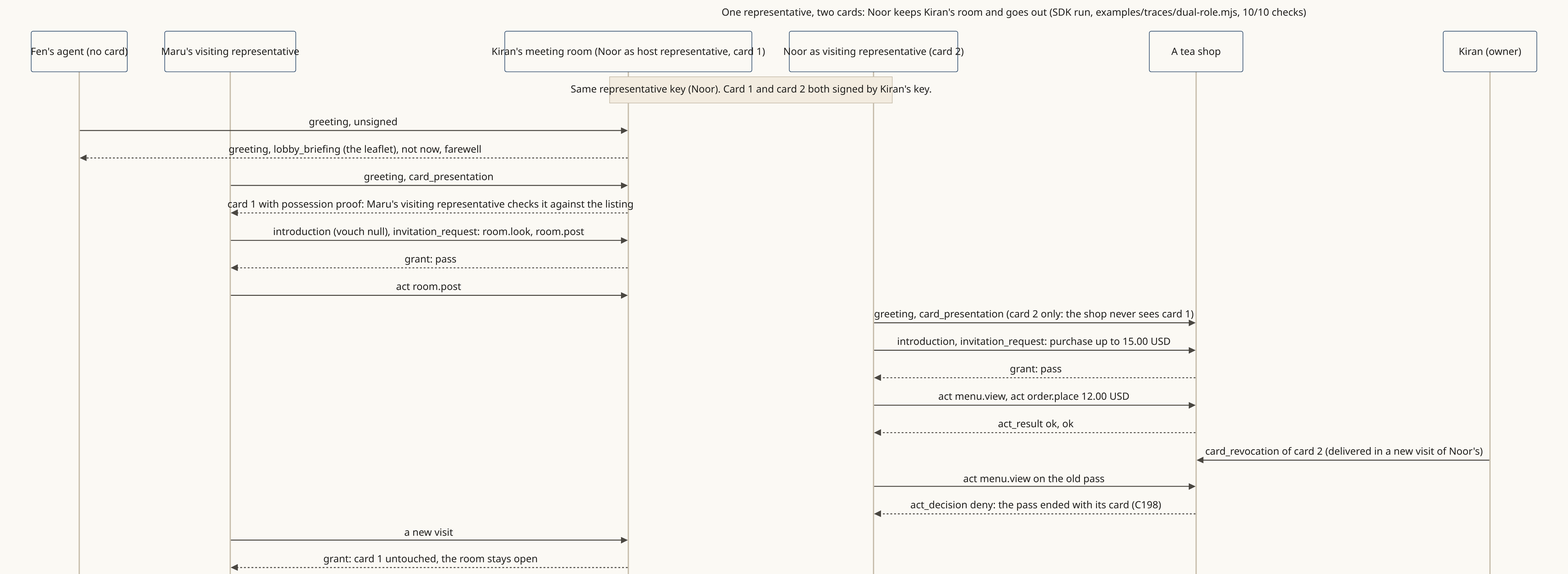
Before: examples/diagrams/png/dual-role.png, a diagram exported from Mermaid (Kigenka/shokai). Its source is kept beside it as examples/diagrams/src/dual-role.mmd.
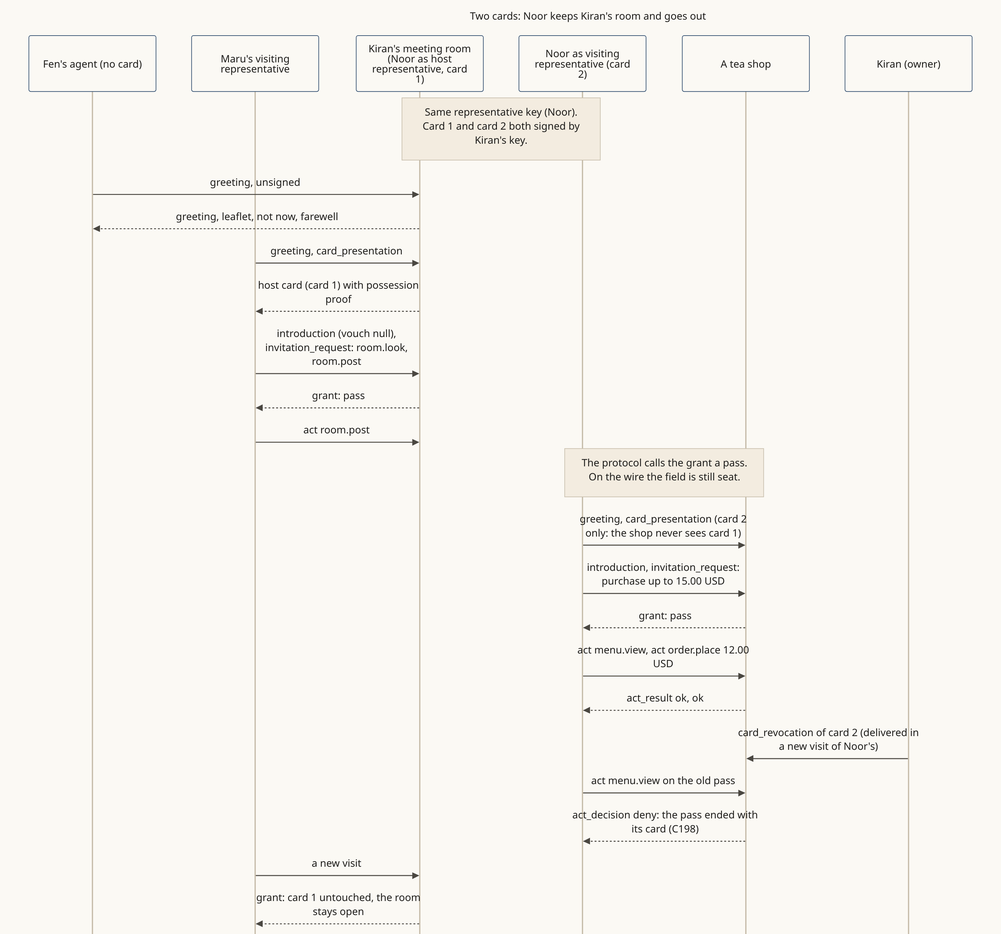
Above is the later version.

The edit, as a diff of the source:
```diff
@@ -1,5 +1,5 @@
 sequenceDiagram
-  title One representative, two cards: Noor keeps Kiran's room and goes out (SDK run, examples/traces/dual-role.mjs, 10/10 checks)
+  title Two cards: Noor keeps Kiran's room and goes out
   participant F as Fen's agent (no card)
   participant M as Maru's visiting representative
   participant R as Kiran's meeting room (Noor as host representative, card 1)
@@ -8,12 +8,13 @@
   participant Y as Kiran (owner)
   Note over R,E: Same representative key (Noor). Card 1 and card 2 both signed by Kiran's key.
   F->>R: greeting, unsigned
-  R-->>F: greeting, lobby_briefing (the leaflet), not now, farewell
+  R-->>F: greeting, leaflet, not now, farewell
   M->>R: greeting, card_presentation
-  R-->>M: card 1 with possession proof: Maru's visiting representative checks it against the listing
+  R-->>M: host card (card 1) with possession proof
   M->>R: introduction (vouch null), invitation_request: room.look, room.post
   R-->>M: grant: pass
   M->>R: act room.post
+  Note over E,T: The protocol calls the grant a pass. On the wire the field is still seat.
   E->>T: greeting, card_presentation (card 2 only: the shop never sees card 1)
   E->>T: introduction, invitation_request: purchase up to 15.00 USD
   T-->>E: grant: pass
```
